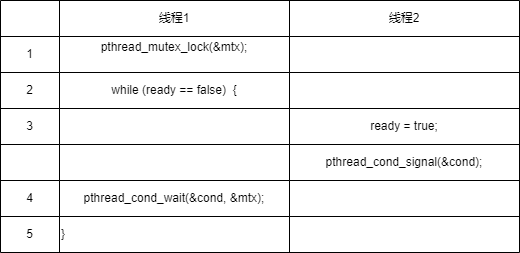
Before: os/条件变量需要互斥锁的理由.drawio.png, a diagram exported from draw.io (guxdong/imgrepo). Source tidied: cells renumbered, new cells last; positions are measured from the earlier drawing's top-left corner, leaving out a move shared by most shapes. Source of this version:
```xml
<mxGraphModel>
  <root>
    <mxCell id="0" />
    <mxCell id="1" parent="0" />
    <mxCell id="2" style="shape=table;startSize=0;rounded=0;" parent="1" vertex="1">
      <mxGeometry width="519" height="252" as="geometry" />
    </mxCell>
    <mxCell id="3" style="shape=tableRow;horizontal=0;startSize=0;swimlaneHead=0;swimlaneBody=0;top=0;left=0;bottom=0;right=0;fillColor=none;rounded=1;" parent="2" vertex="1">
      <mxGeometry width="519" height="36" as="geometry" />
    </mxCell>
    <mxCell id="4" style="shape=partialRectangle;html=1;whiteSpace=wrap;overflow=hidden;fillColor=none;top=0;left=0;bottom=0;right=0;rounded=1;" parent="3" vertex="1">
      <mxGeometry width="59" height="36" as="geometry" />
    </mxCell>
    <mxCell id="5" value="线程1" style="shape=partialRectangle;html=1;whiteSpace=wrap;overflow=hidden;fillColor=none;top=0;left=0;bottom=0;right=0;rounded=1;" parent="3" vertex="1">
      <mxGeometry x="59" width="230" height="36" as="geometry" />
    </mxCell>
    <mxCell id="6" value="线程2" style="shape=partialRectangle;html=1;whiteSpace=wrap;overflow=hidden;fillColor=none;top=0;left=0;bottom=0;right=0;rounded=1;" parent="3" vertex="1">
      <mxGeometry x="289" width="230" height="36" as="geometry" />
    </mxCell>
    <mxCell id="7" style="shape=tableRow;horizontal=0;startSize=0;swimlaneHead=0;swimlaneBody=0;top=0;left=0;bottom=0;right=0;fillColor=none;rounded=1;" parent="2" vertex="1">
      <mxGeometry y="36" width="519" height="36" as="geometry" />
    </mxCell>
    <mxCell id="8" value="1" style="shape=partialRectangle;html=1;whiteSpace=wrap;overflow=hidden;fillColor=none;top=0;left=0;bottom=0;right=0;rounded=1;" parent="7" vertex="1">
      <mxGeometry width="59" height="36" as="geometry" />
    </mxCell>
    <mxCell id="9" value="&lt;div&gt;pthread_mutex_lock(&amp;amp;mtx);&lt;/div&gt;&lt;div&gt;&lt;br&gt;&lt;/div&gt;" style="shape=partialRectangle;html=1;whiteSpace=wrap;overflow=hidden;fillColor=none;top=0;left=0;bottom=0;right=0;rounded=1;" parent="7" vertex="1">
      <mxGeometry x="59" width="230" height="36" as="geometry" />
    </mxCell>
    <mxCell id="10" style="shape=partialRectangle;html=1;whiteSpace=wrap;overflow=hidden;fillColor=none;top=0;left=0;bottom=0;right=0;rounded=1;" parent="7" vertex="1">
      <mxGeometry x="289" width="230" height="36" as="geometry" />
    </mxCell>
    <mxCell id="11" style="shape=tableRow;horizontal=0;startSize=0;swimlaneHead=0;swimlaneBody=0;top=0;left=0;bottom=0;right=0;fillColor=none;rounded=1;" parent="2" vertex="1">
      <mxGeometry y="72" width="519" height="36" as="geometry" />
    </mxCell>
    <mxCell id="12" value="2" style="shape=partialRectangle;html=1;whiteSpace=wrap;overflow=hidden;fillColor=none;top=0;left=0;bottom=0;right=0;rounded=1;" parent="11" vertex="1">
      <mxGeometry width="59" height="36" as="geometry" />
    </mxCell>
    <mxCell id="13" value="while (ready == false)&amp;nbsp; {" style="shape=partialRectangle;html=1;whiteSpace=wrap;overflow=hidden;fillColor=none;top=0;left=0;bottom=0;right=0;rounded=1;" parent="11" vertex="1">
      <mxGeometry x="59" width="230" height="36" as="geometry" />
    </mxCell>
    <mxCell id="14" style="shape=partialRectangle;html=1;whiteSpace=wrap;overflow=hidden;fillColor=none;top=0;left=0;bottom=0;right=0;rounded=1;" parent="11" vertex="1">
      <mxGeometry x="289" width="230" height="36" as="geometry" />
    </mxCell>
    <mxCell id="15" style="shape=tableRow;horizontal=0;startSize=0;swimlaneHead=0;swimlaneBody=0;top=0;left=0;bottom=0;right=0;fillColor=none;rounded=1;" parent="2" vertex="1">
      <mxGeometry y="108" width="519" height="36" as="geometry" />
    </mxCell>
    <mxCell id="16" value="3" style="shape=partialRectangle;html=1;whiteSpace=wrap;overflow=hidden;fillColor=none;top=0;left=0;bottom=0;right=0;rounded=1;" parent="15" vertex="1">
      <mxGeometry width="59" height="36" as="geometry" />
    </mxCell>
    <mxCell id="17" style="shape=partialRectangle;html=1;whiteSpace=wrap;overflow=hidden;fillColor=none;top=0;left=0;bottom=0;right=0;rounded=1;" parent="15" vertex="1">
      <mxGeometry x="59" width="230" height="36" as="geometry" />
    </mxCell>
    <mxCell id="18" value="ready = true;" style="shape=partialRectangle;html=1;whiteSpace=wrap;overflow=hidden;fillColor=none;top=0;left=0;bottom=0;right=0;rounded=1;" parent="15" vertex="1">
      <mxGeometry x="289" width="230" height="36" as="geometry" />
    </mxCell>
    <mxCell id="19" style="shape=tableRow;horizontal=0;startSize=0;swimlaneHead=0;swimlaneBody=0;top=0;left=0;bottom=0;right=0;fillColor=none;rounded=1;" parent="2" vertex="1">
      <mxGeometry y="144" width="519" height="36" as="geometry" />
    </mxCell>
    <mxCell id="20" style="shape=partialRectangle;html=1;whiteSpace=wrap;overflow=hidden;fillColor=none;top=0;left=0;bottom=0;right=0;rounded=1;" parent="19" vertex="1">
      <mxGeometry width="59" height="36" as="geometry" />
    </mxCell>
    <mxCell id="21" style="shape=partialRectangle;html=1;whiteSpace=wrap;overflow=hidden;fillColor=none;top=0;left=0;bottom=0;right=0;rounded=1;" parent="19" vertex="1">
      <mxGeometry x="59" width="230" height="36" as="geometry" />
    </mxCell>
    <mxCell id="22" value="pthread_cond_signal(&amp;amp;cond);" style="shape=partialRectangle;html=1;whiteSpace=wrap;overflow=hidden;fillColor=none;top=0;left=0;bottom=0;right=0;rounded=1;" parent="19" vertex="1">
      <mxGeometry x="289" width="230" height="36" as="geometry" />
    </mxCell>
    <mxCell id="23" style="shape=tableRow;horizontal=0;startSize=0;swimlaneHead=0;swimlaneBody=0;top=0;left=0;bottom=0;right=0;fillColor=none;rounded=1;" parent="2" vertex="1">
      <mxGeometry y="180" width="519" height="36" as="geometry" />
    </mxCell>
    <mxCell id="24" value="4" style="shape=partialRectangle;html=1;whiteSpace=wrap;overflow=hidden;fillColor=none;top=0;left=0;bottom=0;right=0;rounded=1;" parent="23" vertex="1">
      <mxGeometry width="59" height="36" as="geometry" />
    </mxCell>
    <mxCell id="25" value="pthread_cond_wait(&amp;amp;cond, &amp;amp;mtx);" style="shape=partialRectangle;html=1;whiteSpace=wrap;overflow=hidden;fillColor=none;top=0;left=0;bottom=0;right=0;rounded=1;" parent="23" vertex="1">
      <mxGeometry x="59" width="230" height="36" as="geometry" />
    </mxCell>
    <mxCell id="26" style="shape=partialRectangle;html=1;whiteSpace=wrap;overflow=hidden;fillColor=none;top=0;left=0;bottom=0;right=0;rounded=1;" parent="23" vertex="1">
      <mxGeometry x="289" width="230" height="36" as="geometry" />
    </mxCell>
    <mxCell id="27" style="shape=tableRow;horizontal=0;startSize=0;swimlaneHead=0;swimlaneBody=0;top=0;left=0;bottom=0;right=0;fillColor=none;rounded=1;" parent="2" vertex="1">
      <mxGeometry y="216" width="519" height="36" as="geometry" />
    </mxCell>
    <mxCell id="28" value="5" style="shape=partialRectangle;html=1;whiteSpace=wrap;overflow=hidden;fillColor=none;top=0;left=0;bottom=0;right=0;rounded=1;align=center;" parent="27" vertex="1">
      <mxGeometry width="59" height="36" as="geometry" />
    </mxCell>
    <mxCell id="29" value="}" style="shape=partialRectangle;html=1;whiteSpace=wrap;overflow=hidden;fillColor=none;top=0;left=0;bottom=0;right=0;rounded=1;align=left;" parent="27" vertex="1">
      <mxGeometry x="59" width="230" height="36" as="geometry" />
    </mxCell>
    <mxCell id="30" style="shape=partialRectangle;html=1;whiteSpace=wrap;overflow=hidden;fillColor=none;top=0;left=0;bottom=0;right=0;rounded=1;" parent="27" vertex="1">
      <mxGeometry x="289" width="230" height="36" as="geometry" />
    </mxCell>
  </root>
</mxGraphModel>
```
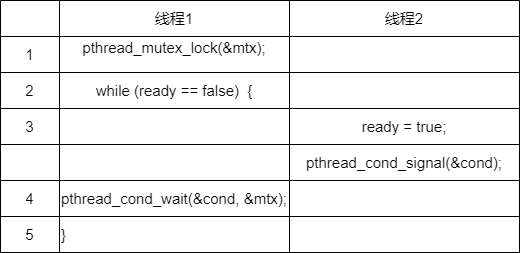
After the change.

Commit message:
更新条件变量需要互斥锁的理由.drawio.png

The edit, as a diff of the source:
```diff
@@ -2,91 +2,91 @@
   <root>
     <mxCell id="0" />
     <mxCell id="1" parent="0" />
-    <mxCell id="2" style="shape=table;startSize=0;rounded=0;" parent="1" vertex="1">
+    <mxCell id="2" style="shape=table;startSize=0;rounded=0;fontSize=15;" parent="1" vertex="1">
       <mxGeometry width="519" height="252" as="geometry" />
     </mxCell>
-    <mxCell id="3" style="shape=tableRow;horizontal=0;startSize=0;swimlaneHead=0;swimlaneBody=0;top=0;left=0;bottom=0;right=0;fillColor=none;rounded=1;" parent="2" vertex="1">
+    <mxCell id="3" style="shape=tableRow;horizontal=0;startSize=0;swimlaneHead=0;swimlaneBody=0;top=0;left=0;bottom=0;right=0;fillColor=none;rounded=1;fontSize=15;" parent="2" vertex="1">
       <mxGeometry width="519" height="36" as="geometry" />
     </mxCell>
-    <mxCell id="4" style="shape=partialRectangle;html=1;whiteSpace=wrap;overflow=hidden;fillColor=none;top=0;left=0;bottom=0;right=0;rounded=1;" parent="3" vertex="1">
+    <mxCell id="4" style="shape=partialRectangle;html=1;whiteSpace=wrap;overflow=hidden;fillColor=none;top=0;left=0;bottom=0;right=0;rounded=1;fontSize=15;" parent="3" vertex="1">
       <mxGeometry width="59" height="36" as="geometry" />
     </mxCell>
-    <mxCell id="5" value="线程1" style="shape=partialRectangle;html=1;whiteSpace=wrap;overflow=hidden;fillColor=none;top=0;left=0;bottom=0;right=0;rounded=1;" parent="3" vertex="1">
+    <mxCell id="5" value="线程1" style="shape=partialRectangle;html=1;whiteSpace=wrap;overflow=hidden;fillColor=none;top=0;left=0;bottom=0;right=0;rounded=1;fontSize=15;" parent="3" vertex="1">
       <mxGeometry x="59" width="230" height="36" as="geometry" />
     </mxCell>
-    <mxCell id="6" value="线程2" style="shape=partialRectangle;html=1;whiteSpace=wrap;overflow=hidden;fillColor=none;top=0;left=0;bottom=0;right=0;rounded=1;" parent="3" vertex="1">
+    <mxCell id="6" value="线程2" style="shape=partialRectangle;html=1;whiteSpace=wrap;overflow=hidden;fillColor=none;top=0;left=0;bottom=0;right=0;rounded=1;fontSize=15;" parent="3" vertex="1">
       <mxGeometry x="289" width="230" height="36" as="geometry" />
     </mxCell>
-    <mxCell id="7" style="shape=tableRow;horizontal=0;startSize=0;swimlaneHead=0;swimlaneBody=0;top=0;left=0;bottom=0;right=0;fillColor=none;rounded=1;" parent="2" vertex="1">
+    <mxCell id="7" style="shape=tableRow;horizontal=0;startSize=0;swimlaneHead=0;swimlaneBody=0;top=0;left=0;bottom=0;right=0;fillColor=none;rounded=1;fontSize=15;" parent="2" vertex="1">
       <mxGeometry y="36" width="519" height="36" as="geometry" />
     </mxCell>
-    <mxCell id="8" value="1" style="shape=partialRectangle;html=1;whiteSpace=wrap;overflow=hidden;fillColor=none;top=0;left=0;bottom=0;right=0;rounded=1;" parent="7" vertex="1">
+    <mxCell id="8" value="1" style="shape=partialRectangle;html=1;whiteSpace=wrap;overflow=hidden;fillColor=none;top=0;left=0;bottom=0;right=0;rounded=1;fontSize=15;" parent="7" vertex="1">
       <mxGeometry width="59" height="36" as="geometry" />
     </mxCell>
-    <mxCell id="9" value="&lt;div&gt;pthread_mutex_lock(&amp;amp;mtx);&lt;/div&gt;&lt;div&gt;&lt;br&gt;&lt;/div&gt;" style="shape=partialRectangle;html=1;whiteSpace=wrap;overflow=hidden;fillColor=none;top=0;left=0;bottom=0;right=0;rounded=1;" parent="7" vertex="1">
+    <mxCell id="9" value="&lt;div style=&quot;font-size: 15px;&quot;&gt;pthread_mutex_lock(&amp;amp;mtx);&lt;/div&gt;&lt;div style=&quot;font-size: 15px;&quot;&gt;&lt;br style=&quot;font-size: 15px;&quot;&gt;&lt;/div&gt;" style="shape=partialRectangle;html=1;whiteSpace=wrap;overflow=hidden;fillColor=none;top=0;left=0;bottom=0;right=0;rounded=1;fontSize=15;" parent="7" vertex="1">
       <mxGeometry x="59" width="230" height="36" as="geometry" />
     </mxCell>
-    <mxCell id="10" style="shape=partialRectangle;html=1;whiteSpace=wrap;overflow=hidden;fillColor=none;top=0;left=0;bottom=0;right=0;rounded=1;" parent="7" vertex="1">
+    <mxCell id="10" style="shape=partialRectangle;html=1;whiteSpace=wrap;overflow=hidden;fillColor=none;top=0;left=0;bottom=0;right=0;rounded=1;fontSize=15;" parent="7" vertex="1">
       <mxGeometry x="289" width="230" height="36" as="geometry" />
     </mxCell>
-    <mxCell id="11" style="shape=tableRow;horizontal=0;startSize=0;swimlaneHead=0;swimlaneBody=0;top=0;left=0;bottom=0;right=0;fillColor=none;rounded=1;" parent="2" vertex="1">
+    <mxCell id="11" style="shape=tableRow;horizontal=0;startSize=0;swimlaneHead=0;swimlaneBody=0;top=0;left=0;bottom=0;right=0;fillColor=none;rounded=1;fontSize=15;" parent="2" vertex="1">
       <mxGeometry y="72" width="519" height="36" as="geometry" />
     </mxCell>
-    <mxCell id="12" value="2" style="shape=partialRectangle;html=1;whiteSpace=wrap;overflow=hidden;fillColor=none;top=0;left=0;bottom=0;right=0;rounded=1;" parent="11" vertex="1">
+    <mxCell id="12" value="2" style="shape=partialRectangle;html=1;whiteSpace=wrap;overflow=hidden;fillColor=none;top=0;left=0;bottom=0;right=0;rounded=1;fontSize=15;" parent="11" vertex="1">
       <mxGeometry width="59" height="36" as="geometry" />
     </mxCell>
-    <mxCell id="13" value="while (ready == false)&amp;nbsp; {" style="shape=partialRectangle;html=1;whiteSpace=wrap;overflow=hidden;fillColor=none;top=0;left=0;bottom=0;right=0;rounded=1;" parent="11" vertex="1">
+    <mxCell id="13" value="while (ready == false)&amp;nbsp; {" style="shape=partialRectangle;html=1;whiteSpace=wrap;overflow=hidden;fillColor=none;top=0;left=0;bottom=0;right=0;rounded=1;fontSize=15;" parent="11" vertex="1">
       <mxGeometry x="59" width="230" height="36" as="geometry" />
     </mxCell>
-    <mxCell id="14" style="shape=partialRectangle;html=1;whiteSpace=wrap;overflow=hidden;fillColor=none;top=0;left=0;bottom=0;right=0;rounded=1;" parent="11" vertex="1">
+    <mxCell id="14" style="shape=partialRectangle;html=1;whiteSpace=wrap;overflow=hidden;fillColor=none;top=0;left=0;bottom=0;right=0;rounded=1;fontSize=15;" parent="11" vertex="1">
       <mxGeometry x="289" width="230" height="36" as="geometry" />
     </mxCell>
-    <mxCell id="15" style="shape=tableRow;horizontal=0;startSize=0;swimlaneHead=0;swimlaneBody=0;top=0;left=0;bottom=0;right=0;fillColor=none;rounded=1;" parent="2" vertex="1">
+    <mxCell id="15" style="shape=tableRow;horizontal=0;startSize=0;swimlaneHead=0;swimlaneBody=0;top=0;left=0;bottom=0;right=0;fillColor=none;rounded=1;fontSize=15;" parent="2" vertex="1">
       <mxGeometry y="108" width="519" height="36" as="geometry" />
     </mxCell>
-    <mxCell id="16" value="3" style="shape=partialRectangle;html=1;whiteSpace=wrap;overflow=hidden;fillColor=none;top=0;left=0;bottom=0;right=0;rounded=1;" parent="15" vertex="1">
+    <mxCell id="16" value="3" style="shape=partialRectangle;html=1;whiteSpace=wrap;overflow=hidden;fillColor=none;top=0;left=0;bottom=0;right=0;rounded=1;fontSize=15;" parent="15" vertex="1">
       <mxGeometry width="59" height="36" as="geometry" />
     </mxCell>
-    <mxCell id="17" style="shape=partialRectangle;html=1;whiteSpace=wrap;overflow=hidden;fillColor=none;top=0;left=0;bottom=0;right=0;rounded=1;" parent="15" vertex="1">
+    <mxCell id="17" style="shape=partialRectangle;html=1;whiteSpace=wrap;overflow=hidden;fillColor=none;top=0;left=0;bottom=0;right=0;rounded=1;fontSize=15;" parent="15" vertex="1">
       <mxGeometry x="59" width="230" height="36" as="geometry" />
     </mxCell>
-    <mxCell id="18" value="ready = true;" style="shape=partialRectangle;html=1;whiteSpace=wrap;overflow=hidden;fillColor=none;top=0;left=0;bottom=0;right=0;rounded=1;" parent="15" vertex="1">
+    <mxCell id="18" value="ready = true;" style="shape=partialRectangle;html=1;whiteSpace=wrap;overflow=hidden;fillColor=none;top=0;left=0;bottom=0;right=0;rounded=1;fontSize=15;" parent="15" vertex="1">
       <mxGeometry x="289" width="230" height="36" as="geometry" />
     </mxCell>
-    <mxCell id="19" style="shape=tableRow;horizontal=0;startSize=0;swimlaneHead=0;swimlaneBody=0;top=0;left=0;bottom=0;right=0;fillColor=none;rounded=1;" parent="2" vertex="1">
+    <mxCell id="19" style="shape=tableRow;horizontal=0;startSize=0;swimlaneHead=0;swimlaneBody=0;top=0;left=0;bottom=0;right=0;fillColor=none;rounded=1;fontSize=15;" parent="2" vertex="1">
       <mxGeometry y="144" width="519" height="36" as="geometry" />
     </mxCell>
-    <mxCell id="20" style="shape=partialRectangle;html=1;whiteSpace=wrap;overflow=hidden;fillColor=none;top=0;left=0;bottom=0;right=0;rounded=1;" parent="19" vertex="1">
+    <mxCell id="20" style="shape=partialRectangle;html=1;whiteSpace=wrap;overflow=hidden;fillColor=none;top=0;left=0;bottom=0;right=0;rounded=1;fontSize=15;" parent="19" vertex="1">
       <mxGeometry width="59" height="36" as="geometry" />
     </mxCell>
-    <mxCell id="21" style="shape=partialRectangle;html=1;whiteSpace=wrap;overflow=hidden;fillColor=none;top=0;left=0;bottom=0;right=0;rounded=1;" parent="19" vertex="1">
+    <mxCell id="21" style="shape=partialRectangle;html=1;whiteSpace=wrap;overflow=hidden;fillColor=none;top=0;left=0;bottom=0;right=0;rounded=1;fontSize=15;" parent="19" vertex="1">
       <mxGeometry x="59" width="230" height="36" as="geometry" />
     </mxCell>
-    <mxCell id="22" value="pthread_cond_signal(&amp;amp;cond);" style="shape=partialRectangle;html=1;whiteSpace=wrap;overflow=hidden;fillColor=none;top=0;left=0;bottom=0;right=0;rounded=1;" parent="19" vertex="1">
+    <mxCell id="22" value="pthread_cond_signal(&amp;amp;cond);" style="shape=partialRectangle;html=1;whiteSpace=wrap;overflow=hidden;fillColor=none;top=0;left=0;bottom=0;right=0;rounded=1;fontSize=15;" parent="19" vertex="1">
       <mxGeometry x="289" width="230" height="36" as="geometry" />
     </mxCell>
-    <mxCell id="23" style="shape=tableRow;horizontal=0;startSize=0;swimlaneHead=0;swimlaneBody=0;top=0;left=0;bottom=0;right=0;fillColor=none;rounded=1;" parent="2" vertex="1">
+    <mxCell id="23" style="shape=tableRow;horizontal=0;startSize=0;swimlaneHead=0;swimlaneBody=0;top=0;left=0;bottom=0;right=0;fillColor=none;rounded=1;fontSize=15;" parent="2" vertex="1">
       <mxGeometry y="180" width="519" height="36" as="geometry" />
     </mxCell>
-    <mxCell id="24" value="4" style="shape=partialRectangle;html=1;whiteSpace=wrap;overflow=hidden;fillColor=none;top=0;left=0;bottom=0;right=0;rounded=1;" parent="23" vertex="1">
+    <mxCell id="24" value="4" style="shape=partialRectangle;html=1;whiteSpace=wrap;overflow=hidden;fillColor=none;top=0;left=0;bottom=0;right=0;rounded=1;fontSize=15;" parent="23" vertex="1">
       <mxGeometry width="59" height="36" as="geometry" />
     </mxCell>
-    <mxCell id="25" value="pthread_cond_wait(&amp;amp;cond, &amp;amp;mtx);" style="shape=partialRectangle;html=1;whiteSpace=wrap;overflow=hidden;fillColor=none;top=0;left=0;bottom=0;right=0;rounded=1;" parent="23" vertex="1">
+    <mxCell id="25" value="pthread_cond_wait(&amp;amp;cond, &amp;amp;mtx);" style="shape=partialRectangle;html=1;whiteSpace=wrap;overflow=hidden;fillColor=none;top=0;left=0;bottom=0;right=0;rounded=1;fontSize=15;" parent="23" vertex="1">
       <mxGeometry x="59" width="230" height="36" as="geometry" />
     </mxCell>
-    <mxCell id="26" style="shape=partialRectangle;html=1;whiteSpace=wrap;overflow=hidden;fillColor=none;top=0;left=0;bottom=0;right=0;rounded=1;" parent="23" vertex="1">
+    <mxCell id="26" style="shape=partialRectangle;html=1;whiteSpace=wrap;overflow=hidden;fillColor=none;top=0;left=0;bottom=0;right=0;rounded=1;fontSize=15;" parent="23" vertex="1">
       <mxGeometry x="289" width="230" height="36" as="geometry" />
     </mxCell>
-    <mxCell id="27" style="shape=tableRow;horizontal=0;startSize=0;swimlaneHead=0;swimlaneBody=0;top=0;left=0;bottom=0;right=0;fillColor=none;rounded=1;" parent="2" vertex="1">
+    <mxCell id="27" style="shape=tableRow;horizontal=0;startSize=0;swimlaneHead=0;swimlaneBody=0;top=0;left=0;bottom=0;right=0;fillColor=none;rounded=1;fontSize=15;" parent="2" vertex="1">
       <mxGeometry y="216" width="519" height="36" as="geometry" />
     </mxCell>
-    <mxCell id="28" value="5" style="shape=partialRectangle;html=1;whiteSpace=wrap;overflow=hidden;fillColor=none;top=0;left=0;bottom=0;right=0;rounded=1;align=center;" parent="27" vertex="1">
+    <mxCell id="28" value="5" style="shape=partialRectangle;html=1;whiteSpace=wrap;overflow=hidden;fillColor=none;top=0;left=0;bottom=0;right=0;rounded=1;align=center;fontSize=15;" parent="27" vertex="1">
       <mxGeometry width="59" height="36" as="geometry" />
     </mxCell>
-    <mxCell id="29" value="}" style="shape=partialRectangle;html=1;whiteSpace=wrap;overflow=hidden;fillColor=none;top=0;left=0;bottom=0;right=0;rounded=1;align=left;" parent="27" vertex="1">
+    <mxCell id="29" value="}" style="shape=partialRectangle;html=1;whiteSpace=wrap;overflow=hidden;fillColor=none;top=0;left=0;bottom=0;right=0;rounded=1;align=left;fontSize=15;" parent="27" vertex="1">
       <mxGeometry x="59" width="230" height="36" as="geometry" />
     </mxCell>
-    <mxCell id="30" style="shape=partialRectangle;html=1;whiteSpace=wrap;overflow=hidden;fillColor=none;top=0;left=0;bottom=0;right=0;rounded=1;" parent="27" vertex="1">
+    <mxCell id="30" style="shape=partialRectangle;html=1;whiteSpace=wrap;overflow=hidden;fillColor=none;top=0;left=0;bottom=0;right=0;rounded=1;fontSize=15;" parent="27" vertex="1">
       <mxGeometry x="289" width="230" height="36" as="geometry" />
     </mxCell>
   </root>
```
